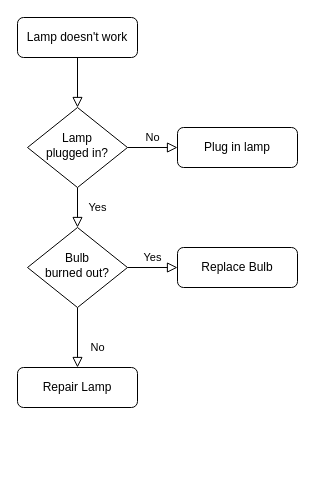
YusunPark/QR keeps this draw.io diagram as Untitled Diagram.drawio. Above is the earlier version. Source tidied: cells renumbered, new cells numbered last; positions are measured from the earlier drawing's top-left corner, leaving out a move shared by most shapes. Both pictures are drawn from the tidied source at 100%, with x=0, y=0 at pixel (17, 17).
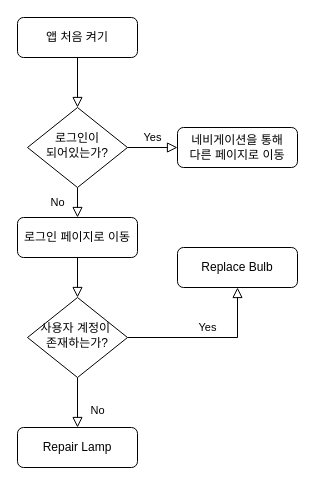
After the change.

Diff of the diagram source:
```diff
@@
 <mxGraphModel>
   <root>
     <mxCell id="0" />
     <mxCell id="1" parent="0" />
     <mxCell id="2" style="rounded=0;html=1;jettySize=auto;fontSize=11;endArrow=block;endFill=0;endSize=8;strokeWidth=1;shadow=0;labelBackgroundColor=none;edgeStyle=orthogonalEdgeStyle;" parent="1" edge="1" source="3" target="6">
       <mxGeometry relative="1" as="geometry" />
     </mxCell>
-    <mxCell id="3" value="Lamp doesn't work" style="rounded=1;whiteSpace=wrap;html=1;fontSize=12;glass=0;strokeWidth=1;shadow=0;" parent="1" vertex="1">
+    <mxCell id="3" value="앱 처음 켜기" style="rounded=1;whiteSpace=wrap;html=1;fontSize=12;glass=0;strokeWidth=1;shadow=0;" parent="1" vertex="1">
       <mxGeometry width="120" height="40" as="geometry" />
     </mxCell>
-    <mxCell id="4" value="Yes" style="rounded=0;html=1;jettySize=auto;fontSize=11;endArrow=block;endFill=0;endSize=8;strokeWidth=1;shadow=0;labelBackgroundColor=none;edgeStyle=orthogonalEdgeStyle;" parent="1" edge="1" source="6" target="10">
+    <mxCell id="4" value="No" style="rounded=0;html=1;jettySize=auto;fontSize=11;endArrow=block;endFill=0;endSize=8;strokeWidth=1;shadow=0;labelBackgroundColor=none;edgeStyle=orthogonalEdgeStyle;entryX=0.5;entryY=0;entryDx=0;entryDy=0;" parent="1" edge="1" source="6" target="14">
       <mxGeometry y="20" relative="1" as="geometry" />
     </mxCell>
-    <mxCell id="5" value="No" style="edgeStyle=orthogonalEdgeStyle;rounded=0;html=1;jettySize=auto;fontSize=11;endArrow=block;endFill=0;endSize=8;strokeWidth=1;shadow=0;labelBackgroundColor=none;" parent="1" edge="1" source="6" target="7">
+    <mxCell id="5" value="Yes" style="edgeStyle=orthogonalEdgeStyle;rounded=0;html=1;jettySize=auto;fontSize=11;endArrow=block;endFill=0;endSize=8;strokeWidth=1;shadow=0;labelBackgroundColor=none;" parent="1" edge="1" source="6" target="7">
       <mxGeometry y="10" relative="1" as="geometry" />
     </mxCell>
-    <mxCell id="6" value="Lamp&lt;br&gt;plugged in?" style="rhombus;whiteSpace=wrap;html=1;shadow=0;fontFamily=Helvetica;fontSize=12;align=center;strokeWidth=1;spacing=6;spacingTop=-4;" parent="1" vertex="1">
+    <mxCell id="6" value="로그인이 &lt;br&gt;되어있는가?" style="rhombus;whiteSpace=wrap;html=1;shadow=0;fontFamily=Helvetica;fontSize=12;align=center;strokeWidth=1;spacing=6;spacingTop=-4;" parent="1" vertex="1">
       <mxGeometry x="10" y="90" width="100" height="80" as="geometry" />
     </mxCell>
-    <mxCell id="7" value="Plug in lamp" style="rounded=1;whiteSpace=wrap;html=1;fontSize=12;glass=0;strokeWidth=1;shadow=0;" parent="1" vertex="1">
+    <mxCell id="7" value="네비게이션을 통해&lt;br&gt;다른 페이지로 이동" style="rounded=1;whiteSpace=wrap;html=1;fontSize=12;glass=0;strokeWidth=1;shadow=0;" parent="1" vertex="1">
       <mxGeometry x="160" y="110" width="120" height="40" as="geometry" />
     </mxCell>
     <mxCell id="8" value="No" style="rounded=0;html=1;jettySize=auto;fontSize=11;endArrow=block;endFill=0;endSize=8;strokeWidth=1;shadow=0;labelBackgroundColor=none;edgeStyle=orthogonalEdgeStyle;" parent="1" edge="1" source="10" target="11">
       <mxGeometry x="0.33" y="20" relative="1" as="geometry" />
     </mxCell>
     <mxCell id="9" value="Yes" style="edgeStyle=orthogonalEdgeStyle;rounded=0;html=1;jettySize=auto;fontSize=11;endArrow=block;endFill=0;endSize=8;strokeWidth=1;shadow=0;labelBackgroundColor=none;" parent="1" edge="1" source="10" target="12">
       <mxGeometry y="10" relative="1" as="geometry" />
     </mxCell>
-    <mxCell id="10" value="Bulb&lt;br&gt;burned out?" style="rhombus;whiteSpace=wrap;html=1;shadow=0;fontFamily=Helvetica;fontSize=12;align=center;strokeWidth=1;spacing=6;spacingTop=-4;" parent="1" vertex="1">
-      <mxGeometry x="10" y="210" width="100" height="80" as="geometry" />
+    <mxCell id="10" value="사용자 계정이&amp;nbsp;&lt;br&gt;존재하는가?" style="rhombus;whiteSpace=wrap;html=1;shadow=0;fontFamily=Helvetica;fontSize=12;align=center;strokeWidth=1;spacing=6;spacingTop=-4;" parent="1" vertex="1">
+      <mxGeometry x="10" y="280" width="100" height="80" as="geometry" />
     </mxCell>
     <mxCell id="11" value="Repair Lamp" style="rounded=1;whiteSpace=wrap;html=1;fontSize=12;glass=0;strokeWidth=1;shadow=0;" parent="1" vertex="1">
-      <mxGeometry y="350" width="120" height="40" as="geometry" />
+      <mxGeometry y="410" width="120" height="40" as="geometry" />
     </mxCell>
     <mxCell id="12" value="Replace Bulb" style="rounded=1;whiteSpace=wrap;html=1;fontSize=12;glass=0;strokeWidth=1;shadow=0;" parent="1" vertex="1">
       <mxGeometry x="160" y="230" width="120" height="40" as="geometry" />
     </mxCell>
+    <mxCell id="13" style="edgeStyle=orthogonalEdgeStyle;rounded=0;jettySize=auto;html=1;endArrow=block;endFill=0;endSize=8;" parent="1" edge="1" source="14" target="10">
+      <mxGeometry relative="1" as="geometry" />
+    </mxCell>
+    <mxCell id="14" value="로그인 페이지로 이동" style="rounded=1;whiteSpace=wrap;html=1;" parent="1" vertex="1">
+      <mxGeometry y="200" width="120" height="40" as="geometry" />
+    </mxCell>
   </root>
 </mxGraphModel>
```
